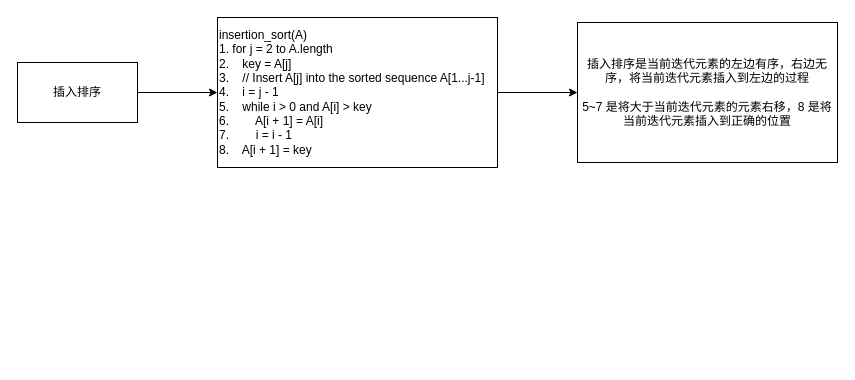
Earlier version of the draw.io diagram page "排序" (2 of 2) of Computer/算法导论.drawio (wubinglong9716/NoteBook). Source tidied: cells renumbered, new cells numbered last; positions are measured from the earlier drawing's top-left corner, leaving out a move shared by most shapes. Both pictures are drawn from the tidied source at 100%, with x=0, y=0 at pixel (17, 17).
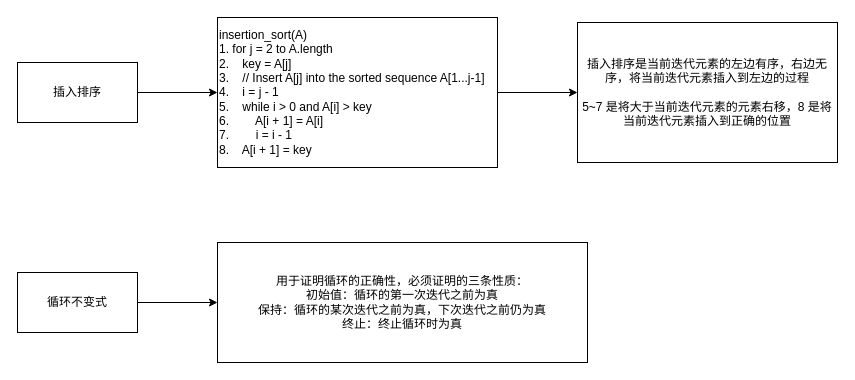
Above is the later version.

Diff of the diagram source:
```diff
@@
 <mxGraphModel>
   <root>
     <mxCell id="0" />
     <mxCell id="1" parent="0" />
     <mxCell id="2" style="edgeStyle=orthogonalEdgeStyle;rounded=0;jettySize=auto;html=1;exitX=1;exitY=0.5;exitDx=0;exitDy=0;entryX=0;entryY=0.5;entryDx=0;entryDy=0;" parent="1" edge="1" source="3" target="5">
       <mxGeometry relative="1" as="geometry" />
     </mxCell>
     <mxCell id="3" value="插入排序" style="rounded=0;whiteSpace=wrap;html=1;" parent="1" vertex="1">
       <mxGeometry y="45" width="120" height="60" as="geometry" />
     </mxCell>
     <mxCell id="4" style="edgeStyle=orthogonalEdgeStyle;rounded=0;jettySize=auto;html=1;exitX=1;exitY=0.5;exitDx=0;exitDy=0;entryX=0;entryY=0.5;entryDx=0;entryDy=0;" parent="1" edge="1" source="5" target="6">
       <mxGeometry relative="1" as="geometry" />
     </mxCell>
     <mxCell id="5" value="insertion_sort(A)&lt;br&gt;1. for j = 2 to A.length&lt;br&gt;2.&amp;nbsp; &amp;nbsp; key = A[j]&lt;br&gt;3.&amp;nbsp; &amp;nbsp; // Insert A[j] into the sorted sequence A[1...j-1]&lt;br&gt;4.&amp;nbsp; &amp;nbsp; i = j - 1&lt;br&gt;5.&amp;nbsp; &amp;nbsp; while i &amp;gt; 0 and A[i] &amp;gt; key&lt;br&gt;6.&amp;nbsp; &amp;nbsp; &amp;nbsp; &amp;nbsp; A[i + 1] = A[i]&lt;br&gt;7.&amp;nbsp; &amp;nbsp; &amp;nbsp; &amp;nbsp; i = i - 1&lt;br&gt;8.&amp;nbsp; &amp;nbsp; A[i + 1] = key" style="rounded=0;whiteSpace=wrap;html=1;align=left;" parent="1" vertex="1">
       <mxGeometry x="200" width="280" height="150" as="geometry" />
     </mxCell>
     <mxCell id="6" value="插入排序是当前迭代元素的左边有序，右边无序，将当前迭代元素插入到左边的过程&lt;br&gt;&lt;br&gt;5~7 是将大于当前迭代元素的元素右移，8 是将当前迭代元素插入到正确的位置" style="rounded=0;whiteSpace=wrap;html=1;" parent="1" vertex="1">
       <mxGeometry x="560" y="5" width="260" height="140" as="geometry" />
     </mxCell>
+    <mxCell id="7" style="edgeStyle=orthogonalEdgeStyle;rounded=0;jettySize=auto;html=1;exitX=1;exitY=0.5;exitDx=0;exitDy=0;entryX=0;entryY=0.5;entryDx=0;entryDy=0;" parent="1" edge="1" source="8" target="9">
+      <mxGeometry relative="1" as="geometry" />
+    </mxCell>
+    <mxCell id="8" value="循环不变式" style="rounded=0;whiteSpace=wrap;html=1;" parent="1" vertex="1">
+      <mxGeometry y="255" width="120" height="60" as="geometry" />
+    </mxCell>
+    <mxCell id="9" value="用于证明循环的正确性，必须证明的三条性质：&lt;br&gt;初始值：循环的第一次迭代之前为真&lt;br&gt;保持：循环的某次迭代之前为真，下次迭代之前仍为真&lt;br&gt;终止：终止循环时为真" style="rounded=0;whiteSpace=wrap;html=1;" parent="1" vertex="1">
+      <mxGeometry x="200" y="225" width="370" height="120" as="geometry" />
+    </mxCell>
   </root>
 </mxGraphModel>
```
